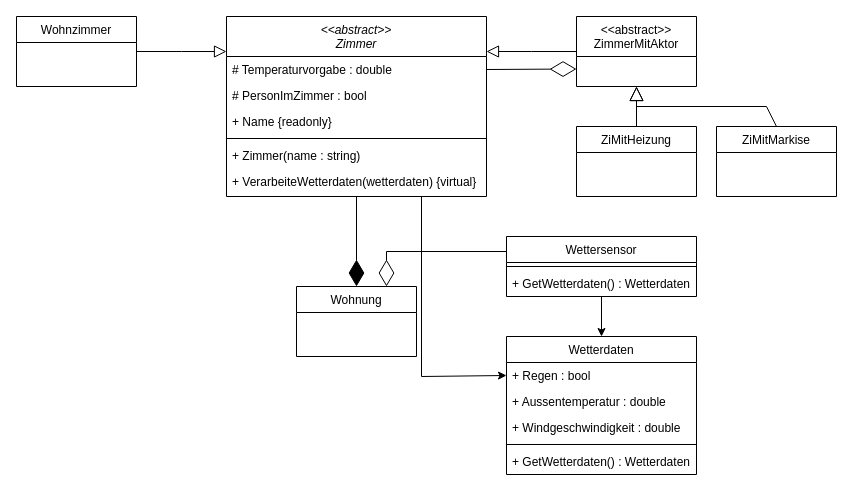
The draw.io diagram UML/klassendiagramm.drawio in damblatt/SmartHomeSimulation, before the edit. Source tidied: cells renumbered, new cells numbered last; positions are measured from the earlier drawing's top-left corner, leaving out a move shared by most shapes. Both pictures are drawn from the tidied source at 100%, with x=0, y=0 at pixel (16, 16).
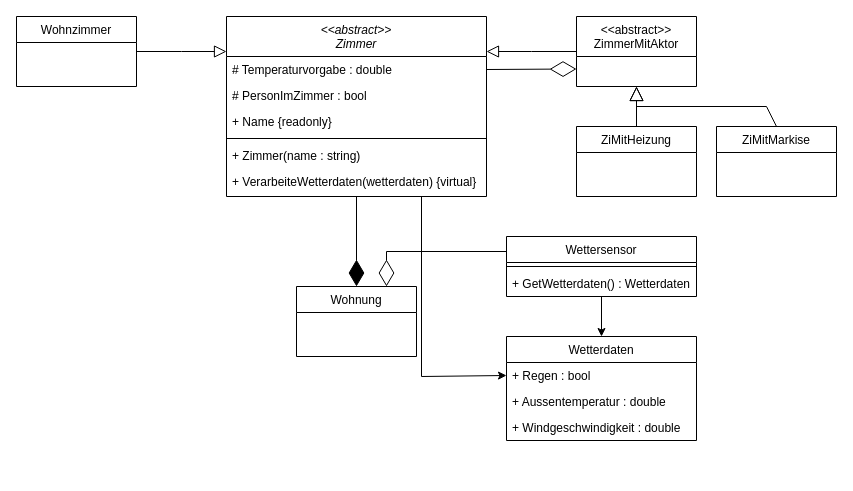
The same page after the edit.

Change to the diagram source:
```diff
@@
     <mxCell id="26" value="Wetterdaten" style="swimlane;fontStyle=0;align=center;verticalAlign=top;horizontal=1;startSize=26;fontColor=default;labelBorderColor=none;" parent="1" vertex="1">
-      <mxGeometry x="490" y="320" width="190" height="138" as="geometry" />
+      <mxGeometry x="490" y="320" width="190" height="104" as="geometry" />
     </mxCell>
@@
-    <mxCell id="30" style="line;strokeWidth=1;fillColor=none;align=left;verticalAlign=middle;spacingTop=-1;spacingLeft=3;spacingRight=3;labelPosition=right;strokeColor=inherit;" parent="26" vertex="1">
-      <mxGeometry y="104" width="190" height="8" as="geometry" />
-    </mxCell>
-    <mxCell id="31" value="+ GetWetterdaten() : Wetterdaten" style="text;strokeColor=none;fillColor=none;align=left;verticalAlign=top;spacingLeft=4;spacingRight=4;overflow=hidden;" parent="26" vertex="1">
-      <mxGeometry y="112" width="190" height="26" as="geometry" />
-    </mxCell>
```
